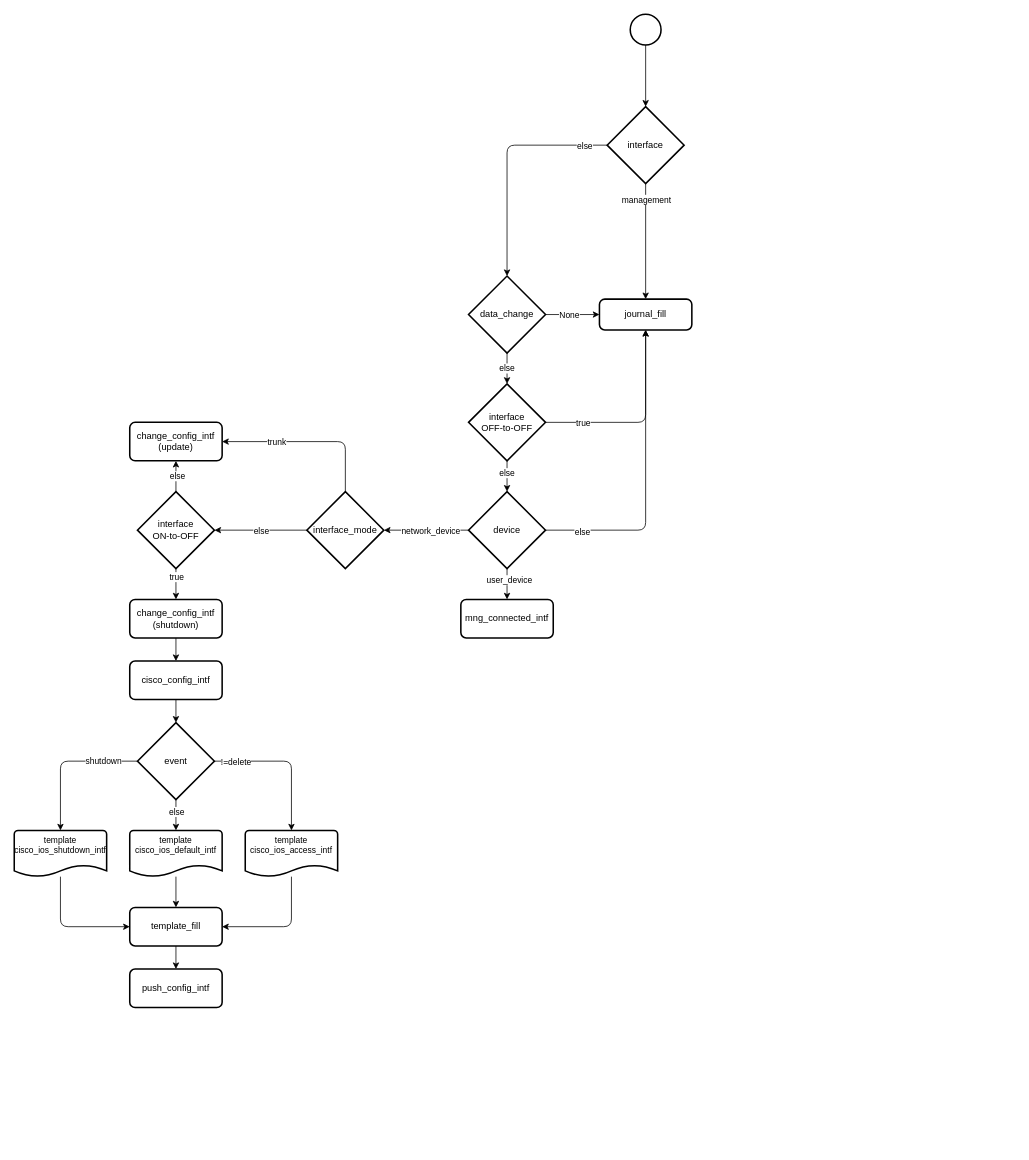
Earlier version of the draw.io diagram projet_fixed_ip_address/diag.drawio (KostyaTsarkov/kostya). Source tidied: cells renumbered, new cells numbered last; positions are measured from the earlier drawing's top-left corner, leaving out a move shared by most shapes. Both pictures are drawn from the tidied source at 77%, with x=0, y=0 at pixel (14, 14).
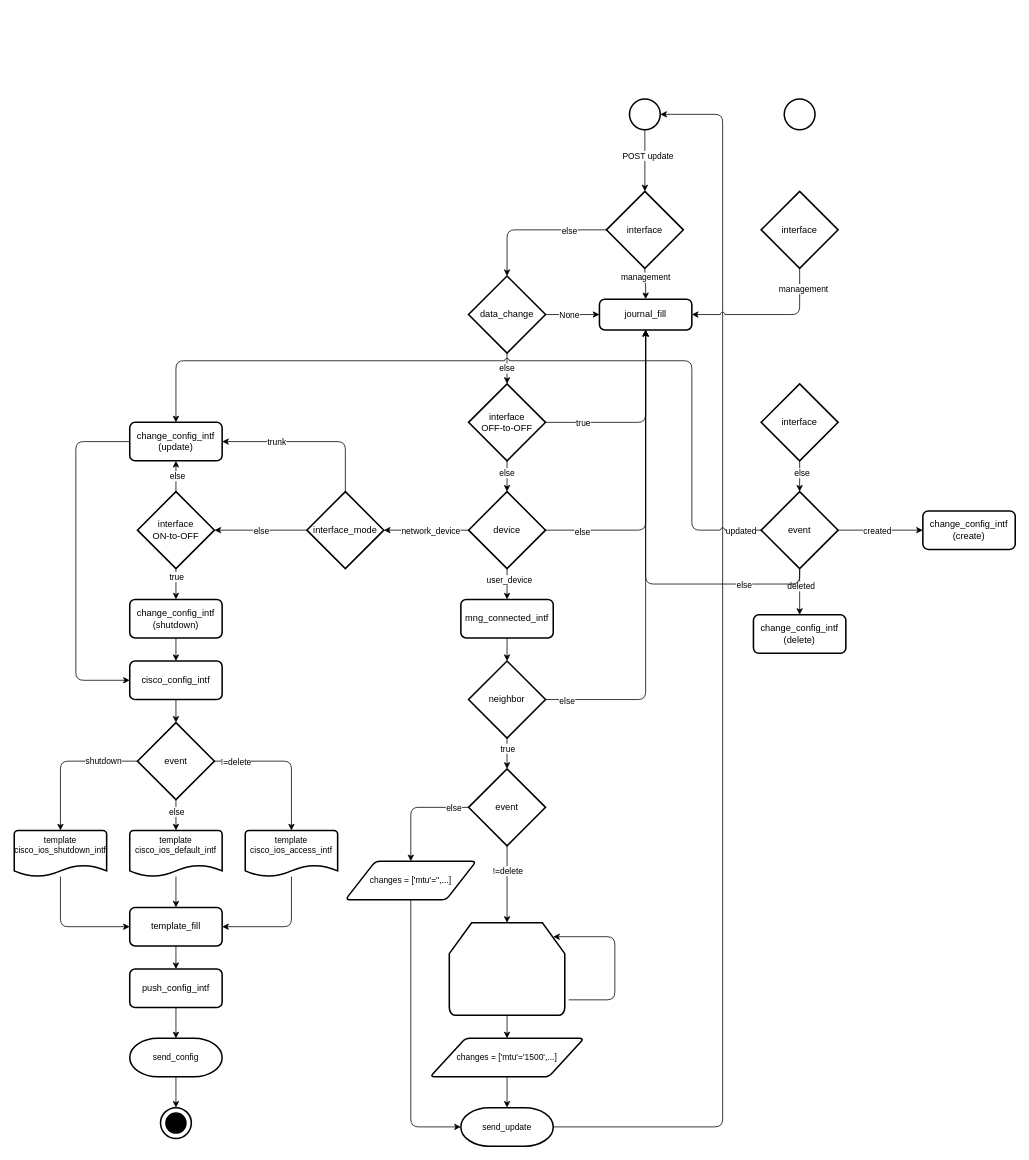
After the change.

Unchanged cells that the change refers to:
```xml
<mxCell id="2" style="edgeStyle=orthogonalEdgeStyle;html=1;entryX=0.5;entryY=0;entryDx=0;entryDy=0;entryPerimeter=0;" parent="1" edge="1" source="3" target="8">
  <mxGeometry relative="1" as="geometry" />
</mxCell>
<mxCell id="4" style="edgeStyle=orthogonalEdgeStyle;html=1;" parent="1" edge="1" source="8" target="12">
  <mxGeometry relative="1" as="geometry" />
</mxCell>
<mxCell id="6" style="edgeStyle=orthogonalEdgeStyle;html=1;" parent="1" edge="1" source="8" target="18">
  <mxGeometry relative="1" as="geometry" />
</mxCell>
<mxCell id="18" value="journal_fill" style="rounded=1;whiteSpace=wrap;html=1;absoluteArcSize=1;arcSize=14;strokeWidth=2;fontFamily=Helvetica;fontSize=12;fontColor=default;align=center;strokeColor=default;fillColor=default;" parent="1" vertex="1">
  <mxGeometry x="760" y="370" width="120" height="40" as="geometry" />
</mxCell>
<mxCell id="33" value="mng_connected_intf" style="rounded=1;whiteSpace=wrap;html=1;absoluteArcSize=1;arcSize=14;strokeWidth=2;" parent="1" vertex="1">
  <mxGeometry x="580" y="760" width="120" height="50" as="geometry" />
</mxCell>
<mxCell id="34" value="change_config_intf&lt;br&gt;(update)" style="rounded=1;whiteSpace=wrap;html=1;absoluteArcSize=1;arcSize=14;strokeWidth=2;" parent="1" vertex="1">
  <mxGeometry x="150" y="530" width="120" height="50" as="geometry" />
</mxCell>
<mxCell id="41" value="cisco_config_intf" style="rounded=1;whiteSpace=wrap;html=1;absoluteArcSize=1;arcSize=14;strokeWidth=2;" parent="1" vertex="1">
  <mxGeometry x="150" y="840" width="120" height="50" as="geometry" />
</mxCell>
<mxCell id="42" value="push_config_intf" style="rounded=1;whiteSpace=wrap;html=1;absoluteArcSize=1;arcSize=14;strokeWidth=2;" parent="1" vertex="1">
  <mxGeometry x="150" y="1240" width="120" height="50" as="geometry" />
</mxCell>
```

The edit, as a diff of the source:
```diff
@@
+    <mxCell id="58" style="edgeStyle=orthogonalEdgeStyle;shape=connector;rounded=1;html=1;entryX=0.5;entryY=0;entryDx=0;entryDy=0;labelBackgroundColor=default;strokeColor=default;fontFamily=Helvetica;fontSize=11;fontColor=default;endArrow=classic;" parent="1" edge="1" source="60" target="79">
+      <mxGeometry relative="1" as="geometry" />
+    </mxCell>
+    <mxCell id="59" style="edgeStyle=orthogonalEdgeStyle;shape=connector;rounded=1;html=1;labelBackgroundColor=default;strokeColor=default;fontFamily=Helvetica;fontSize=11;fontColor=default;endArrow=classic;entryX=0.9;entryY=0.15;entryDx=0;entryDy=0;entryPerimeter=0;" parent="1" edge="1" target="60">
+      <mxGeometry relative="1" as="geometry">
+        <mxPoint x="720" y="1280" as="sourcePoint" />
+        <Array as="points">
+          <mxPoint x="780" y="1198" />
+        </Array>
+      </mxGeometry>
+    </mxCell>
+    <mxCell id="60" style="strokeWidth=2;html=1;shape=mxgraph.flowchart.loop_limit;whiteSpace=wrap;fontFamily=Helvetica;fontSize=11;fontColor=default;align=center;strokeColor=default;fillColor=default;" parent="1" vertex="1">
+      <mxGeometry x="565" y="1180" width="150" height="120" as="geometry" />
+    </mxCell>
@@
+    <mxCell id="61" value="POST update" style="edgeLabel;html=1;align=center;verticalAlign=middle;fontSize=11;fontFamily=Helvetica;fontColor=default;" parent="2" vertex="1">
+      <mxGeometry x="-0.17" y="3" relative="1" as="geometry" />
+    </mxCell>
     <mxCell id="3" style="strokeWidth=2;html=1;shape=mxgraph.flowchart.start_2;whiteSpace=wrap;" parent="1" vertex="1">
-      <mxGeometry x="800" width="40" height="40" as="geometry" />
+      <mxGeometry x="799" y="110" width="40" height="40" as="geometry" />
     </mxCell>
@@
+    <mxCell id="62" value="else" style="edgeLabel;html=1;align=center;verticalAlign=middle;fontSize=11;fontFamily=Helvetica;fontColor=default;" parent="4" vertex="1">
+      <mxGeometry x="-0.29" y="1" relative="1" as="geometry">
+        <mxPoint x="18" as="offset" />
+      </mxGeometry>
+    </mxCell>
@@
     <mxCell id="7" value="management" style="edgeLabel;html=1;align=center;verticalAlign=middle;" parent="6" vertex="1">
       <mxGeometry x="-0.23" y="1" relative="1" as="geometry">
-        <mxPoint x="-1" y="-38" as="offset" />
+        <mxPoint x="-1" y="-5" as="offset" />
       </mxGeometry>
     </mxCell>
     <mxCell id="8" value="interface" style="strokeWidth=2;html=1;shape=mxgraph.flowchart.decision;whiteSpace=wrap;" parent="1" vertex="1">
-      <mxGeometry x="770" y="120" width="100" height="100" as="geometry" />
+      <mxGeometry x="769" y="230" width="100" height="100" as="geometry" />
     </mxCell>
@@
+    <mxCell id="63" style="edgeStyle=orthogonalEdgeStyle;shape=connector;rounded=1;html=1;entryX=0.5;entryY=0;entryDx=0;entryDy=0;entryPerimeter=0;labelBackgroundColor=default;strokeColor=default;fontFamily=Helvetica;fontSize=11;fontColor=default;endArrow=classic;" parent="1" edge="1" source="33" target="70">
+      <mxGeometry relative="1" as="geometry" />
+    </mxCell>
@@
+    <mxCell id="64" style="edgeStyle=orthogonalEdgeStyle;shape=connector;rounded=1;html=1;entryX=0;entryY=0.5;entryDx=0;entryDy=0;labelBackgroundColor=default;strokeColor=default;fontFamily=Helvetica;fontSize=11;fontColor=default;endArrow=classic;exitX=0;exitY=0.5;exitDx=0;exitDy=0;" parent="1" edge="1" source="34" target="41">
+      <mxGeometry relative="1" as="geometry">
+        <Array as="points">
+          <mxPoint x="80" y="555" />
+          <mxPoint x="80" y="865" />
+        </Array>
+      </mxGeometry>
+    </mxCell>
@@
+    <mxCell id="65" style="edgeStyle=orthogonalEdgeStyle;shape=connector;rounded=1;html=1;entryX=0.5;entryY=0;entryDx=0;entryDy=0;entryPerimeter=0;labelBackgroundColor=default;strokeColor=default;fontFamily=Helvetica;fontSize=11;fontColor=default;endArrow=classic;" parent="1" edge="1" source="42" target="83">
+      <mxGeometry relative="1" as="geometry" />
+    </mxCell>
@@
+    <mxCell id="66" style="edgeStyle=orthogonalEdgeStyle;shape=connector;rounded=1;html=1;labelBackgroundColor=default;strokeColor=default;fontFamily=Helvetica;fontSize=11;fontColor=default;endArrow=classic;entryX=0.5;entryY=1;entryDx=0;entryDy=0;" parent="1" edge="1" source="70" target="18">
+      <mxGeometry relative="1" as="geometry" />
+    </mxCell>
+    <mxCell id="67" value="else" style="edgeLabel;html=1;align=center;verticalAlign=middle;fontSize=11;fontFamily=Helvetica;fontColor=default;" parent="66" vertex="1">
+      <mxGeometry x="-0.91" y="-1" relative="1" as="geometry" />
+    </mxCell>
+    <mxCell id="68" style="edgeStyle=orthogonalEdgeStyle;shape=connector;rounded=1;html=1;labelBackgroundColor=default;strokeColor=default;fontFamily=Helvetica;fontSize=11;fontColor=default;endArrow=classic;entryX=0.5;entryY=0;entryDx=0;entryDy=0;entryPerimeter=0;" parent="1" edge="1" source="70" target="75">
+      <mxGeometry relative="1" as="geometry" />
+    </mxCell>
+    <mxCell id="69" value="true" style="edgeLabel;html=1;align=center;verticalAlign=middle;fontSize=11;fontFamily=Helvetica;fontColor=default;" parent="68" vertex="1">
+      <mxGeometry x="-0.35" relative="1" as="geometry" />
+    </mxCell>
+    <mxCell id="70" value="neighbor" style="strokeWidth=2;html=1;shape=mxgraph.flowchart.decision;whiteSpace=wrap;fontFamily=Helvetica;fontSize=12;fontColor=default;align=center;strokeColor=default;fillColor=default;" parent="1" vertex="1">
+      <mxGeometry x="590" y="840" width="100" height="100" as="geometry" />
+    </mxCell>
+    <mxCell id="71" style="edgeStyle=orthogonalEdgeStyle;shape=connector;rounded=1;html=1;labelBackgroundColor=default;strokeColor=default;fontFamily=Helvetica;fontSize=11;fontColor=default;endArrow=classic;exitX=0;exitY=0.5;exitDx=0;exitDy=0;exitPerimeter=0;" parent="1" edge="1" source="75" target="77">
+      <mxGeometry relative="1" as="geometry" />
+    </mxCell>
+    <mxCell id="72" value="else" style="edgeLabel;html=1;align=center;verticalAlign=middle;fontSize=11;fontFamily=Helvetica;fontColor=default;" parent="71" vertex="1">
+      <mxGeometry x="-0.73" relative="1" as="geometry" />
+    </mxCell>
+    <mxCell id="73" style="edgeStyle=orthogonalEdgeStyle;shape=connector;rounded=1;html=1;entryX=0.5;entryY=0;entryDx=0;entryDy=0;entryPerimeter=0;labelBackgroundColor=default;strokeColor=default;fontFamily=Helvetica;fontSize=11;fontColor=default;endArrow=classic;" parent="1" edge="1" source="75" target="60">
+      <mxGeometry relative="1" as="geometry" />
+    </mxCell>
+    <mxCell id="74" value="!=delete" style="edgeLabel;html=1;align=center;verticalAlign=middle;fontSize=11;fontFamily=Helvetica;fontColor=default;" parent="73" vertex="1">
+      <mxGeometry x="-0.36" relative="1" as="geometry" />
+    </mxCell>
+    <mxCell id="75" value="event" style="strokeWidth=2;html=1;shape=mxgraph.flowchart.decision;whiteSpace=wrap;fontFamily=Helvetica;fontSize=12;fontColor=default;align=center;strokeColor=default;fillColor=default;" parent="1" vertex="1">
+      <mxGeometry x="590" y="980" width="100" height="100" as="geometry" />
+    </mxCell>
+    <mxCell id="76" style="edgeStyle=orthogonalEdgeStyle;shape=connector;rounded=1;html=1;labelBackgroundColor=default;strokeColor=default;fontFamily=Helvetica;fontSize=11;fontColor=default;endArrow=classic;entryX=0;entryY=0.5;entryDx=0;entryDy=0;entryPerimeter=0;" parent="1" edge="1" source="77" target="81">
+      <mxGeometry relative="1" as="geometry" />
+    </mxCell>
+    <mxCell id="77" value="changes = ['mtu'='',...]" style="shape=parallelogram;html=1;strokeWidth=2;perimeter=parallelogramPerimeter;whiteSpace=wrap;rounded=1;arcSize=12;size=0.23;fontFamily=Helvetica;fontSize=11;fontColor=default;" parent="1" vertex="1">
+      <mxGeometry x="430" y="1100" width="170" height="50" as="geometry" />
+    </mxCell>
+    <mxCell id="78" style="edgeStyle=orthogonalEdgeStyle;shape=connector;rounded=1;html=1;entryX=0.5;entryY=0;entryDx=0;entryDy=0;entryPerimeter=0;labelBackgroundColor=default;strokeColor=default;fontFamily=Helvetica;fontSize=11;fontColor=default;endArrow=classic;" parent="1" edge="1" source="79" target="81">
+      <mxGeometry relative="1" as="geometry" />
+    </mxCell>
+    <mxCell id="79" value="changes = ['mtu'='1500',...]" style="shape=parallelogram;html=1;strokeWidth=2;perimeter=parallelogramPerimeter;whiteSpace=wrap;rounded=1;arcSize=12;size=0.23;fontFamily=Helvetica;fontSize=11;fontColor=default;" parent="1" vertex="1">
+      <mxGeometry x="540" y="1330" width="200" height="50" as="geometry" />
+    </mxCell>
+    <mxCell id="80" style="edgeStyle=orthogonalEdgeStyle;shape=connector;rounded=1;html=1;entryX=1;entryY=0.5;entryDx=0;entryDy=0;entryPerimeter=0;labelBackgroundColor=default;strokeColor=default;fontFamily=Helvetica;fontSize=11;fontColor=default;endArrow=classic;" parent="1" edge="1" source="81" target="3">
+      <mxGeometry relative="1" as="geometry">
+        <Array as="points">
+          <mxPoint x="920" y="1445" />
+          <mxPoint x="920" y="130" />
+        </Array>
+      </mxGeometry>
+    </mxCell>
+    <mxCell id="81" value="send_update" style="strokeWidth=2;html=1;shape=mxgraph.flowchart.terminator;whiteSpace=wrap;fontFamily=Helvetica;fontSize=11;fontColor=default;" parent="1" vertex="1">
+      <mxGeometry x="580" y="1420" width="120" height="50" as="geometry" />
+    </mxCell>
+    <mxCell id="82" style="edgeStyle=orthogonalEdgeStyle;shape=connector;rounded=1;html=1;labelBackgroundColor=default;strokeColor=default;fontFamily=Helvetica;fontSize=11;fontColor=default;endArrow=classic;" parent="1" edge="1" source="83">
+      <mxGeometry relative="1" as="geometry">
+        <mxPoint x="210" y="1420" as="targetPoint" />
+      </mxGeometry>
+    </mxCell>
+    <mxCell id="83" value="send_config" style="strokeWidth=2;html=1;shape=mxgraph.flowchart.terminator;whiteSpace=wrap;fontFamily=Helvetica;fontSize=11;fontColor=default;" parent="1" vertex="1">
+      <mxGeometry x="150" y="1330" width="120" height="50" as="geometry" />
+    </mxCell>
+    <mxCell id="84" style="group;" parent="1" vertex="1">
+      <mxGeometry x="190" y="1420" width="40" height="40" as="geometry" />
+    </mxCell>
+    <mxCell id="85" style="strokeWidth=2;html=1;shape=mxgraph.flowchart.start_2;whiteSpace=wrap;fontFamily=Helvetica;fontSize=11;fontColor=default;" parent="84" vertex="1">
+      <mxGeometry width="40" height="40" as="geometry" />
+    </mxCell>
+    <mxCell id="86" style="strokeWidth=2;html=1;shape=mxgraph.flowchart.start_2;whiteSpace=wrap;fontFamily=Helvetica;fontSize=11;fontColor=default;fillColor=#000000;" parent="84" vertex="1">
+      <mxGeometry x="7" y="7" width="26" height="26" as="geometry" />
+    </mxCell>
+    <mxCell id="87" style="strokeWidth=2;html=1;shape=mxgraph.flowchart.start_2;whiteSpace=wrap;" parent="1" vertex="1">
+      <mxGeometry x="1000" y="110" width="40" height="40" as="geometry" />
+    </mxCell>
+    <mxCell id="88" style="edgeStyle=orthogonalEdgeStyle;shape=connector;rounded=1;html=1;entryX=1;entryY=0.5;entryDx=0;entryDy=0;labelBackgroundColor=default;strokeColor=default;fontFamily=Helvetica;fontSize=11;fontColor=default;endArrow=classic;exitX=0.5;exitY=1;exitDx=0;exitDy=0;exitPerimeter=0;jumpStyle=arc;" parent="1" edge="1" source="90" target="18">
+      <mxGeometry relative="1" as="geometry" />
+    </mxCell>
+    <mxCell id="89" value="management" style="edgeLabel;html=1;align=center;verticalAlign=middle;fontSize=11;fontFamily=Helvetica;fontColor=default;" parent="88" vertex="1">
+      <mxGeometry x="-0.74" y="4" relative="1" as="geometry" />
+    </mxCell>
+    <mxCell id="90" value="interface" style="strokeWidth=2;html=1;shape=mxgraph.flowchart.decision;whiteSpace=wrap;" parent="1" vertex="1">
+      <mxGeometry x="970" y="230" width="100" height="100" as="geometry" />
+    </mxCell>
+    <mxCell id="91" style="edgeStyle=orthogonalEdgeStyle;shape=connector;rounded=1;html=1;labelBackgroundColor=default;strokeColor=default;fontFamily=Helvetica;fontSize=11;fontColor=default;endArrow=classic;" parent="1" edge="1" source="93" target="102">
+      <mxGeometry relative="1" as="geometry" />
+    </mxCell>
+    <mxCell id="92" value="else" style="edgeLabel;html=1;align=center;verticalAlign=middle;fontSize=11;fontFamily=Helvetica;fontColor=default;" parent="91" vertex="1">
+      <mxGeometry x="-0.25" y="2" relative="1" as="geometry" />
+    </mxCell>
+    <mxCell id="93" value="interface" style="strokeWidth=2;html=1;shape=mxgraph.flowchart.decision;whiteSpace=wrap;" parent="1" vertex="1">
+      <mxGeometry x="970" y="480" width="100" height="100" as="geometry" />
+    </mxCell>
+    <mxCell id="94" style="edgeStyle=orthogonalEdgeStyle;shape=connector;rounded=1;html=1;entryX=0;entryY=0.5;entryDx=0;entryDy=0;labelBackgroundColor=default;strokeColor=default;fontFamily=Helvetica;fontSize=11;fontColor=default;endArrow=classic;" parent="1" edge="1" source="102" target="103">
+      <mxGeometry relative="1" as="geometry" />
+    </mxCell>
+    <mxCell id="95" value="created" style="edgeLabel;html=1;align=center;verticalAlign=middle;fontSize=11;fontFamily=Helvetica;fontColor=default;" parent="94" vertex="1">
+      <mxGeometry x="-0.19" y="-3" relative="1" as="geometry">
+        <mxPoint x="5" y="-3" as="offset" />
+      </mxGeometry>
+    </mxCell>
+    <mxCell id="96" style="edgeStyle=orthogonalEdgeStyle;shape=connector;rounded=1;html=1;entryX=0.5;entryY=0;entryDx=0;entryDy=0;labelBackgroundColor=default;strokeColor=default;fontFamily=Helvetica;fontSize=11;fontColor=default;endArrow=classic;jumpStyle=arc;" parent="1" edge="1" source="102" target="34">
+      <mxGeometry relative="1" as="geometry">
+        <Array as="points">
+          <mxPoint x="880" y="670" />
+          <mxPoint x="880" y="450" />
+          <mxPoint x="210" y="450" />
+        </Array>
+      </mxGeometry>
+    </mxCell>
+    <mxCell id="97" value="updated" style="edgeLabel;html=1;align=center;verticalAlign=middle;fontSize=11;fontFamily=Helvetica;fontColor=default;" parent="96" vertex="1">
+      <mxGeometry x="-0.95" y="1" relative="1" as="geometry" />
+    </mxCell>
+    <mxCell id="98" style="edgeStyle=orthogonalEdgeStyle;shape=connector;rounded=1;html=1;entryX=0.5;entryY=0;entryDx=0;entryDy=0;labelBackgroundColor=default;strokeColor=default;fontFamily=Helvetica;fontSize=11;fontColor=default;endArrow=classic;exitX=0.5;exitY=1;exitDx=0;exitDy=0;exitPerimeter=0;" parent="1" edge="1" source="102" target="104">
+      <mxGeometry relative="1" as="geometry" />
+    </mxCell>
+    <mxCell id="99" value="deleted" style="edgeLabel;html=1;align=center;verticalAlign=middle;fontSize=11;fontFamily=Helvetica;fontColor=default;" parent="98" vertex="1">
+      <mxGeometry x="-0.26" y="1" relative="1" as="geometry" />
+    </mxCell>
+    <mxCell id="100" style="edgeStyle=orthogonalEdgeStyle;shape=connector;rounded=1;html=1;entryX=0.5;entryY=1;entryDx=0;entryDy=0;labelBackgroundColor=default;strokeColor=default;fontFamily=Helvetica;fontSize=11;fontColor=default;endArrow=classic;exitX=0.5;exitY=1;exitDx=0;exitDy=0;exitPerimeter=0;" parent="1" edge="1" source="102" target="18">
+      <mxGeometry relative="1" as="geometry">
+        <Array as="points">
+          <mxPoint x="1020" y="740" />
+          <mxPoint x="820" y="740" />
+        </Array>
+      </mxGeometry>
+    </mxCell>
+    <mxCell id="101" value="else" style="edgeLabel;html=1;align=center;verticalAlign=middle;fontSize=11;fontFamily=Helvetica;fontColor=default;" parent="100" vertex="1">
+      <mxGeometry x="-0.66" relative="1" as="geometry" />
+    </mxCell>
+    <mxCell id="102" value="event" style="strokeWidth=2;html=1;shape=mxgraph.flowchart.decision;whiteSpace=wrap;" parent="1" vertex="1">
+      <mxGeometry x="970" y="620" width="100" height="100" as="geometry" />
+    </mxCell>
+    <mxCell id="103" value="change_config_intf&lt;br&gt;(create)" style="rounded=1;whiteSpace=wrap;html=1;absoluteArcSize=1;arcSize=14;strokeWidth=2;" parent="1" vertex="1">
+      <mxGeometry x="1180" y="645" width="120" height="50" as="geometry" />
+    </mxCell>
+    <mxCell id="104" value="change_config_intf&lt;br&gt;(delete)" style="rounded=1;whiteSpace=wrap;html=1;absoluteArcSize=1;arcSize=14;strokeWidth=2;" parent="1" vertex="1">
+      <mxGeometry x="960" y="780" width="120" height="50" as="geometry" />
+    </mxCell>
```
